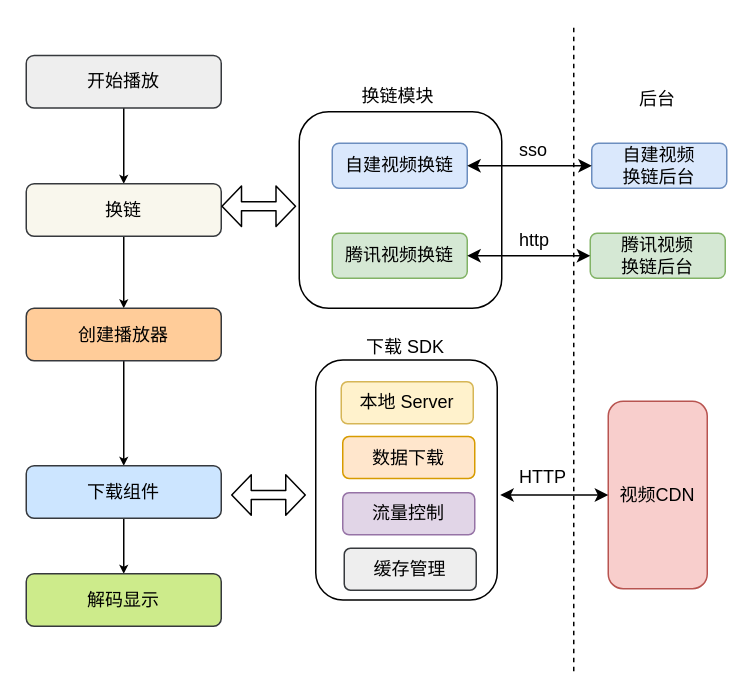
Above: play.drawio in Anyewuya/Sev (draw.io), before the change. Source tidied: cells renumbered, new cells numbered last; positions are measured from the earlier drawing's top-left corner, leaving out a move shared by most shapes. Both pictures are drawn from the tidied source at 150%, with x=0, y=0 at pixel (26, 26).
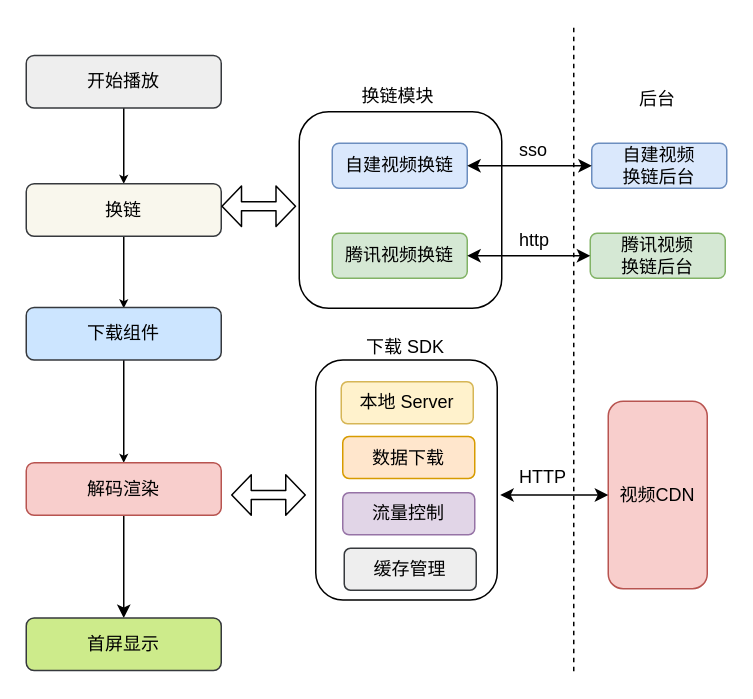
After the change.

Unchanged cells that the change refers to:
```xml
<mxCell id="14" value="换链" style="rounded=1;whiteSpace=wrap;html=1;fillColor=#f9f7ed;strokeColor=#36393d;" parent="1" vertex="1">
  <mxGeometry y="105" width="130" height="35" as="geometry" />
</mxCell>
```

Diff of the diagram source:
```diff
@@
-    <mxCell id="13" style="edgeStyle=orthogonalEdgeStyle;rounded=0;jettySize=auto;html=1;startSize=3;endSize=3;" parent="1" edge="1" source="14" target="16">
-      <mxGeometry relative="1" as="geometry" />
+    <mxCell id="13" style="edgeStyle=orthogonalEdgeStyle;rounded=0;jettySize=auto;html=1;startSize=3;endSize=3;" parent="1" edge="1" source="14">
+      <mxGeometry relative="1" as="geometry">
+        <mxPoint x="65" y="188" as="targetPoint" />
+      </mxGeometry>
     </mxCell>
@@
-    <mxCell id="15" style="edgeStyle=orthogonalEdgeStyle;rounded=0;jettySize=auto;html=1;startSize=3;endSize=3;" parent="1" edge="1" source="16" target="18">
-      <mxGeometry relative="1" as="geometry" />
-    </mxCell>
-    <mxCell id="16" value="&lt;span style=&quot;white-space: normal&quot;&gt;创建播放器&lt;/span&gt;" style="rounded=1;whiteSpace=wrap;html=1;fillColor=#ffcc99;strokeColor=#36393d;" parent="1" vertex="1">
-      <mxGeometry y="188" width="130" height="35" as="geometry" />
-    </mxCell>
@@
     <mxCell id="18" value="下载组件" style="rounded=1;whiteSpace=wrap;html=1;fillColor=#cce5ff;strokeColor=#36393d;" parent="1" vertex="1">
-      <mxGeometry y="293" width="130" height="35" as="geometry" />
+      <mxGeometry y="187.5" width="130" height="35" as="geometry" />
     </mxCell>
+    <mxCell id="34" style="edgeStyle=orthogonalEdgeStyle;rounded=0;jettySize=auto;html=1;" parent="1" edge="1" source="19" target="35">
+      <mxGeometry relative="1" as="geometry" />
+    </mxCell>
-    <mxCell id="19" value="解码显示" style="rounded=1;whiteSpace=wrap;html=1;fillColor=#cdeb8b;strokeColor=#36393d;" parent="1" vertex="1">
-      <mxGeometry y="365" width="130" height="35" as="geometry" />
+    <mxCell id="19" value="解码渲染" style="rounded=1;whiteSpace=wrap;html=1;fillColor=#f8cecc;strokeColor=#b85450;" parent="1" vertex="1">
+      <mxGeometry y="291" width="130" height="35" as="geometry" />
     </mxCell>
@@
+    <mxCell id="35" value="首屏显示" style="rounded=1;whiteSpace=wrap;html=1;fillColor=#cdeb8b;strokeColor=#36393d;" parent="1" vertex="1">
+      <mxGeometry y="394.5" width="130" height="35" as="geometry" />
+    </mxCell>
```
